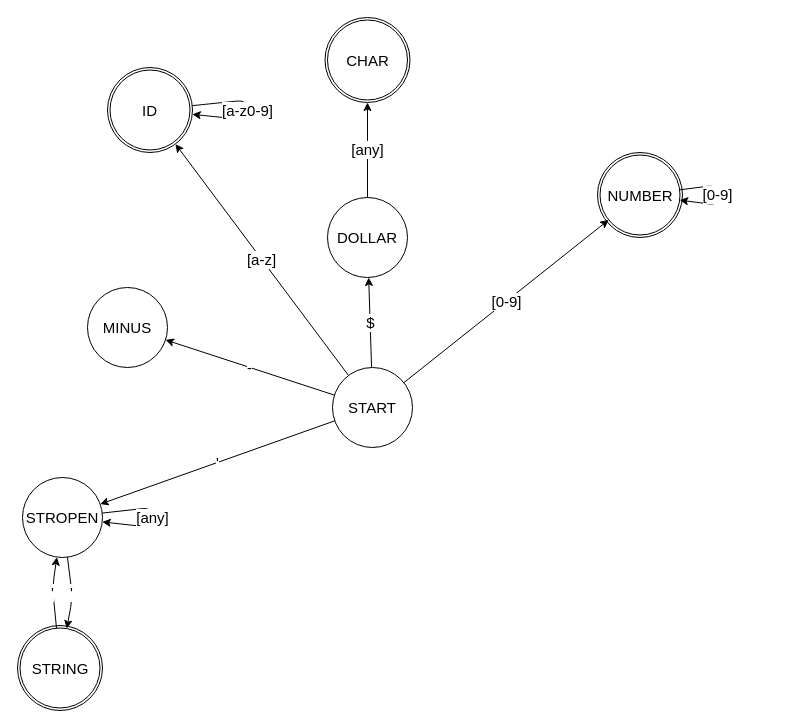
The draw.io diagram scanner.drawio in EduardFrlicka/VUT-FIT-BP, before the edit. Source tidied: cells renumbered, new cells numbered last; positions are measured from the earlier drawing's top-left corner, leaving out a move shared by most shapes. Both pictures are drawn from the tidied source at 100%, with x=0, y=0 at pixel (17, 17).
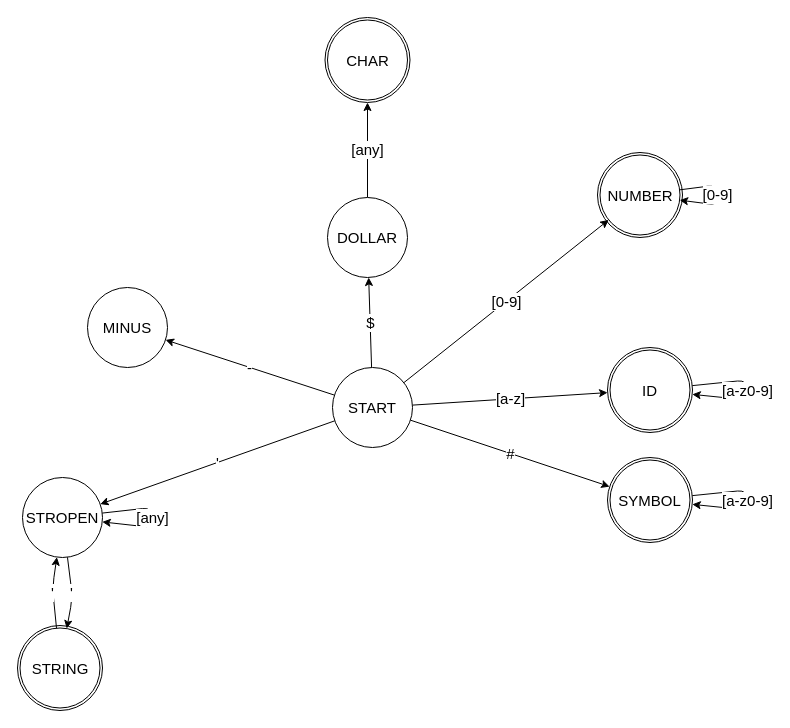
Above is the later version.

Unchanged cells that the change refers to:
```xml
<mxCell id="7" value="START" style="ellipse;whiteSpace=wrap;html=1;fontSize=15;" parent="1" vertex="1">
  <mxGeometry x="315" y="350" width="80" height="80" as="geometry" />
</mxCell>
```

Diff of the diagram source:
```diff
@@
+    <mxCell id="29" value="#" style="edgeStyle=none;html=1;fontSize=15;" parent="1" edge="1" source="7" target="32">
+      <mxGeometry relative="1" as="geometry" />
+    </mxCell>
@@
     <mxCell id="13" style="group;fontFamily=Helvetica;fontSize=15;fontColor=default;strokeColor=none;fillColor=none;html=1;imageAspect=1;absoluteArcSize=0;" parent="1" vertex="1">
-      <mxGeometry x="90" y="50" width="85" height="85" as="geometry" />
+      <mxGeometry x="590" y="330" width="85" height="85" as="geometry" />
     </mxCell>
@@
+    <mxCell id="30" style="group;fontFamily=Helvetica;fontSize=15;fontColor=default;strokeColor=none;fillColor=none;html=1;imageAspect=1;absoluteArcSize=0;" parent="1" vertex="1">
+      <mxGeometry x="590" y="440" width="85" height="85" as="geometry" />
+    </mxCell>
+    <mxCell id="31" style="ellipse;whiteSpace=wrap;html=1;fillColor=default;gradientColor=none;fontFamily=Helvetica;fontSize=15;fontColor=default;strokeColor=default;" parent="30" vertex="1">
+      <mxGeometry x="2.5" y="2.5" width="80" height="80" as="geometry" />
+    </mxCell>
+    <mxCell id="32" value="SYMBOL" style="ellipse;whiteSpace=wrap;html=1;fillColor=none;gradientColor=none;fontFamily=Helvetica;fontSize=15;fontColor=default;strokeColor=default;" parent="30" vertex="1">
+      <mxGeometry width="85" height="85" as="geometry" />
+    </mxCell>
+    <mxCell id="33" value="[a-z0-9]" style="edgeStyle=none;shape=connector;html=1;labelBackgroundColor=default;labelBorderColor=none;fontFamily=Helvetica;fontSize=15;fontColor=default;endArrow=classic;strokeColor=default;orthogonalLoop=0;backgroundOutline=0;arcSize=20;fillOpacity=100;strokeOpacity=98;rounded=1;startSize=6;sourcePerimeterSpacing=0;jumpStyle=none;shadow=0;sketch=0;" parent="30" edge="1" source="32" target="32">
+      <mxGeometry relative="1" as="geometry">
+        <Array as="points">
+          <mxPoint x="140" y="43" />
+        </Array>
+      </mxGeometry>
+    </mxCell>
```
